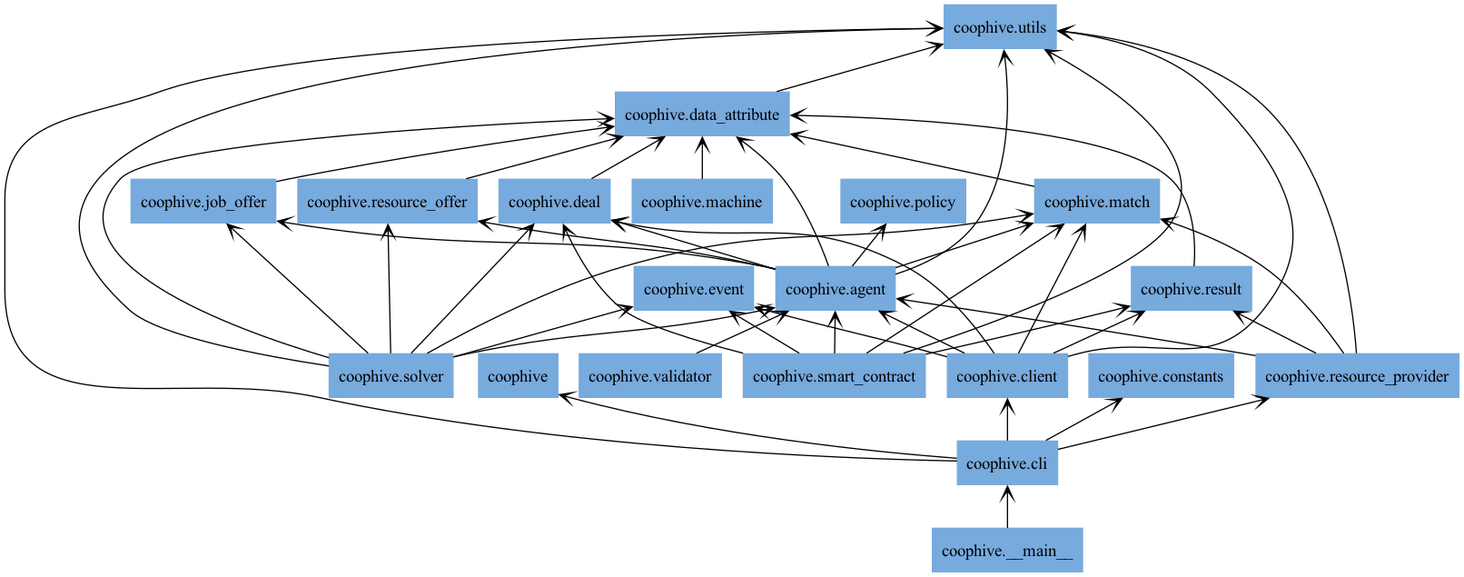
This is docs/img/packages_coophive.png from CoopHive/Apiary, a Graphviz export, as it was before one commit. Its source is kept beside it as docs/img/packages_coophive.dot.
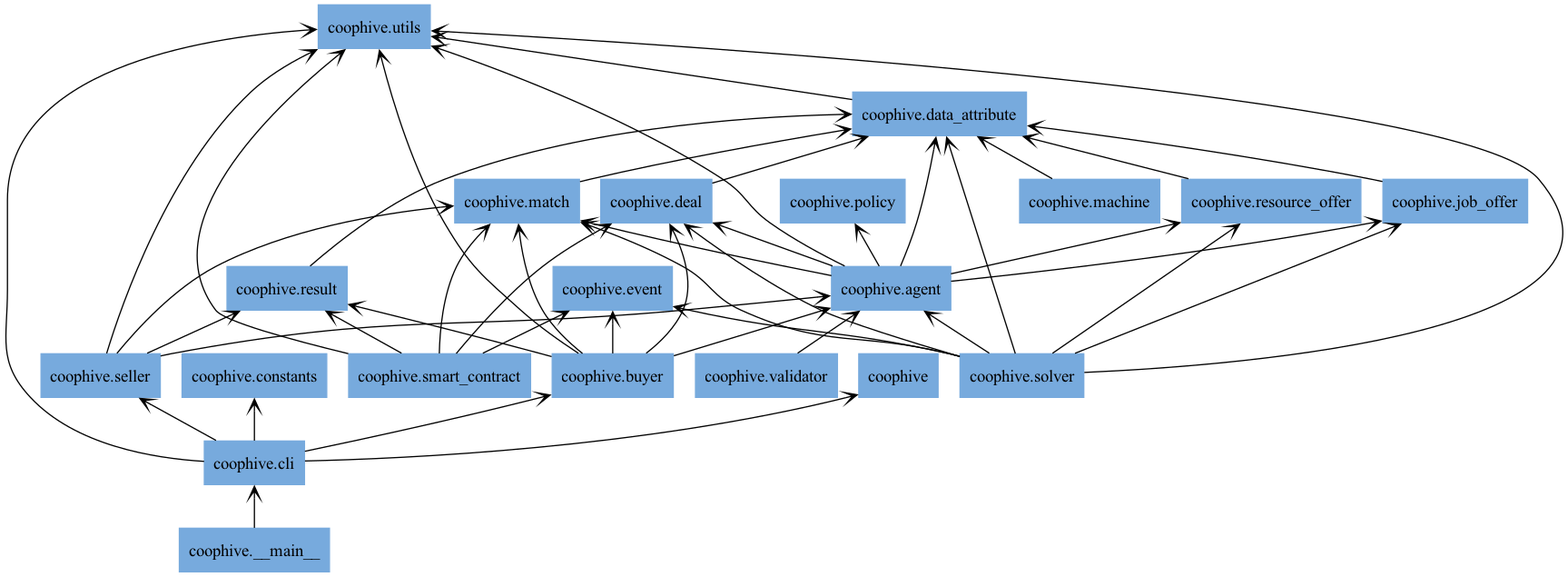
Above is the later version.

The edit, as a diff of the source:
```diff
@@ -4,8 +4,8 @@
 "coophive" [color="#77AADD", label=<coophive>, shape="box", style="filled"];
 "coophive.__main__" [color="#77AADD", label=<coophive.__main__>, shape="box", style="filled"];
 "coophive.agent" [color="#77AADD", label=<coophive.agent>, shape="box", style="filled"];
+"coophive.buyer" [color="#77AADD", label=<coophive.buyer>, shape="box", style="filled"];
 "coophive.cli" [color="#77AADD", label=<coophive.cli>, shape="box", style="filled"];
-"coophive.client" [color="#77AADD", label=<coophive.client>, shape="box", style="filled"];
 "coophive.constants" [color="#77AADD", label=<coophive.constants>, shape="box", style="filled"];
 "coophive.data_attribute" [color="#77AADD", label=<coophive.data_attribute>, shape="box", style="filled"];
 "coophive.deal" [color="#77AADD", label=<coophive.deal>, shape="box", style="filled"];
@@ -15,8 +15,8 @@
 "coophive.match" [color="#77AADD", label=<coophive.match>, shape="box", style="filled"];
 "coophive.policy" [color="#77AADD", label=<coophive.policy>, shape="box", style="filled"];
 "coophive.resource_offer" [color="#77AADD", label=<coophive.resource_offer>, shape="box", style="filled"];
-"coophive.resource_provider" [color="#77AADD", label=<coophive.resource_provider>, shape="box", style="filled"];
 "coophive.result" [color="#77AADD", label=<coophive.result>, shape="box", style="filled"];
+"coophive.seller" [color="#77AADD", label=<coophive.seller>, shape="box", style="filled"];
 "coophive.smart_contract" [color="#77AADD", label=<coophive.smart_contract>, shape="box", style="filled"];
 "coophive.solver" [color="#77AADD", label=<coophive.solver>, shape="box", style="filled"];
 "coophive.utils" [color="#77AADD", label=<coophive.utils>, shape="box", style="filled"];
@@ -29,29 +29,28 @@
 "coophive.agent" -> "coophive.policy" [arrowhead="open", arrowtail="none"];
 "coophive.agent" -> "coophive.resource_offer" [arrowhead="open", arrowtail="none"];
 "coophive.agent" -> "coophive.utils" [arrowhead="open", arrowtail="none"];
+"coophive.buyer" -> "coophive.agent" [arrowhead="open", arrowtail="none"];
+"coophive.buyer" -> "coophive.deal" [arrowhead="open", arrowtail="none"];
+"coophive.buyer" -> "coophive.event" [arrowhead="open", arrowtail="none"];
+"coophive.buyer" -> "coophive.match" [arrowhead="open", arrowtail="none"];
+"coophive.buyer" -> "coophive.result" [arrowhead="open", arrowtail="none"];
+"coophive.buyer" -> "coophive.utils" [arrowhead="open", arrowtail="none"];
 "coophive.cli" -> "coophive" [arrowhead="open", arrowtail="none"];
-"coophive.cli" -> "coophive.client" [arrowhead="open", arrowtail="none"];
+"coophive.cli" -> "coophive.buyer" [arrowhead="open", arrowtail="none"];
 "coophive.cli" -> "coophive.constants" [arrowhead="open", arrowtail="none"];
-"coophive.cli" -> "coophive.resource_provider" [arrowhead="open", arrowtail="none"];
+"coophive.cli" -> "coophive.seller" [arrowhead="open", arrowtail="none"];
 "coophive.cli" -> "coophive.utils" [arrowhead="open", arrowtail="none"];
-"coophive.client" -> "coophive.agent" [arrowhead="open", arrowtail="none"];
-"coophive.client" -> "coophive.deal" [arrowhead="open", arrowtail="none"];
-"coophive.client" -> "coophive.event" [arrowhead="open", arrowtail="none"];
-"coophive.client" -> "coophive.match" [arrowhead="open", arrowtail="none"];
-"coophive.client" -> "coophive.result" [arrowhead="open", arrowtail="none"];
-"coophive.client" -> "coophive.utils" [arrowhead="open", arrowtail="none"];
 "coophive.data_attribute" -> "coophive.utils" [arrowhead="open", arrowtail="none"];
 "coophive.deal" -> "coophive.data_attribute" [arrowhead="open", arrowtail="none"];
 "coophive.job_offer" -> "coophive.data_attribute" [arrowhead="open", arrowtail="none"];
 "coophive.machine" -> "coophive.data_attribute" [arrowhead="open", arrowtail="none"];
 "coophive.match" -> "coophive.data_attribute" [arrowhead="open", arrowtail="none"];
 "coophive.resource_offer" -> "coophive.data_attribute" [arrowhead="open", arrowtail="none"];
-"coophive.resource_provider" -> "coophive.agent" [arrowhead="open", arrowtail="none"];
-"coophive.resource_provider" -> "coophive.match" [arrowhead="open", arrowtail="none"];
-"coophive.resource_provider" -> "coophive.result" [arrowhead="open", arrowtail="none"];
-"coophive.resource_provider" -> "coophive.utils" [arrowhead="open", arrowtail="none"];
 "coophive.result" -> "coophive.data_attribute" [arrowhead="open", arrowtail="none"];
-"coophive.smart_contract" -> "coophive.agent" [arrowhead="open", arrowtail="none"];
+"coophive.seller" -> "coophive.agent" [arrowhead="open", arrowtail="none"];
+"coophive.seller" -> "coophive.match" [arrowhead="open", arrowtail="none"];
+"coophive.seller" -> "coophive.result" [arrowhead="open", arrowtail="none"];
+"coophive.seller" -> "coophive.utils" [arrowhead="open", arrowtail="none"];
 "coophive.smart_contract" -> "coophive.deal" [arrowhead="open", arrowtail="none"];
 "coophive.smart_contract" -> "coophive.event" [arrowhead="open", arrowtail="none"];
 "coophive.smart_contract" -> "coophive.match" [arrowhead="open", arrowtail="none"];
```
